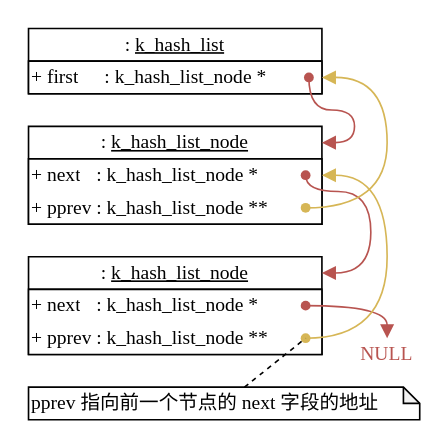
Before: page "k_hash_list" (4 of 10) of docs/drawio/k_game.drawio in szdxdxdx/k_game, a draw.io diagram. Source tidied: cells renumbered, new cells numbered last; positions are measured from the earlier drawing's top-left corner, leaving out a move shared by most shapes. Both pictures are drawn from the tidied source at 163%, with x=0, y=0 at pixel (28, 28).
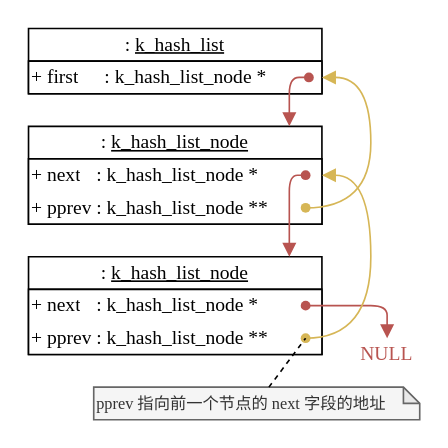
The same diagram, later.

The change refers to these unchanged cells:
```xml
<mxCell id="4" style="shape=tableRow;horizontal=0;startSize=0;swimlaneHead=0;swimlaneBody=0;top=0;left=0;bottom=0;right=0;fillColor=none;points=[[0,0.5],[1,0.5]];portConstraint=eastwest;fontSize=16;strokeColor=inherit;fontFamily=Times New Roman;" parent="3" vertex="1">
  <mxGeometry width="180" height="20" as="geometry" />
</mxCell>
<mxCell id="8" style="shape=waypoint;sketch=0;fillStyle=solid;size=6;points=[];fillColor=#f8cecc;perimeter=centerPerimeter;snapToPoint=1;strokeColor=#b85450;fontFamily=Times New Roman;" parent="7" vertex="1">
  <mxGeometry x="2" width="20" height="20" as="geometry" />
</mxCell>
<mxCell id="9" value="&lt;font&gt;: &lt;u&gt;k_hash_list_node&lt;/u&gt;&lt;/font&gt;" style="swimlane;fontStyle=0;horizontal=1;startSize=20;fillColor=#FFFFFF;whiteSpace=wrap;html=1;labelBackgroundColor=default;fontFamily=Times New Roman;" parent="1" vertex="1">
  <mxGeometry y="60" width="180" height="60" as="geometry" />
</mxCell>
<mxCell id="11" style="shape=tableRow;horizontal=0;startSize=0;swimlaneHead=0;swimlaneBody=0;top=0;left=0;bottom=0;right=0;fillColor=none;points=[[0,0.5],[1,0.5]];portConstraint=eastwest;fontSize=16;strokeColor=inherit;fontFamily=Times New Roman;" parent="10" vertex="1">
  <mxGeometry width="180" height="20" as="geometry" />
</mxCell>
<mxCell id="15" style="shape=waypoint;sketch=0;fillStyle=solid;size=6;points=[];fillColor=#f8cecc;perimeter=centerPerimeter;snapToPoint=1;strokeColor=#b85450;fontFamily=Times New Roman;" parent="14" vertex="1">
  <mxGeometry width="20" height="20" as="geometry" />
</mxCell>
<mxCell id="20" style="shape=waypoint;sketch=0;fillStyle=solid;size=6;points=[];fillColor=#fff2cc;perimeter=centerPerimeter;snapToPoint=1;strokeColor=#d6b656;fontFamily=Times New Roman;" parent="19" vertex="1">
  <mxGeometry width="20" height="20" as="geometry" />
</mxCell>
<mxCell id="21" value="&lt;font&gt;: &lt;u&gt;k_hash_list_node&lt;/u&gt;&lt;/font&gt;" style="swimlane;fontStyle=0;horizontal=1;startSize=20;fillColor=#FFFFFF;whiteSpace=wrap;html=1;labelBackgroundColor=default;fontFamily=Times New Roman;" parent="1" vertex="1">
  <mxGeometry y="140" width="180" height="60" as="geometry" />
</mxCell>
<mxCell id="27" style="shape=waypoint;sketch=0;fillStyle=solid;size=6;points=[];fillColor=#f8cecc;perimeter=centerPerimeter;snapToPoint=1;strokeColor=#b85450;fontFamily=Times New Roman;" parent="26" vertex="1">
  <mxGeometry width="20" height="20" as="geometry" />
</mxCell>
<mxCell id="32" style="shape=waypoint;sketch=0;fillStyle=solid;size=6;points=[];fillColor=#fff2cc;perimeter=centerPerimeter;snapToPoint=1;strokeColor=#d6b656;fontFamily=Times New Roman;" parent="31" vertex="1">
  <mxGeometry width="20" height="20" as="geometry" />
</mxCell>
<mxCell id="36" value="NULL" style="text;html=1;strokeColor=none;fillColor=none;align=center;verticalAlign=middle;whiteSpace=wrap;rounded=0;fontFamily=Times New Roman;fontColor=#b85450;" parent="1" vertex="1">
  <mxGeometry x="200" y="190" width="40" height="20" as="geometry" />
</mxCell>
```

What changed in the source:
```diff
@@
-    <mxCell id="33" style="endArrow=block;html=1;rounded=0;curved=1;endFill=1;edgeStyle=orthogonalEdgeStyle;fillColor=#f8cecc;strokeColor=#b85450;fontFamily=Times New Roman;" parent="1" edge="1" source="8" target="9">
+    <mxCell id="33" style="endArrow=block;html=1;rounded=1;endFill=1;edgeStyle=orthogonalEdgeStyle;fillColor=#f8cecc;strokeColor=#b85450;fontFamily=Times New Roman;" parent="1" edge="1" source="8" target="9">
       <mxGeometry relative="1" as="geometry">
         <Array as="points">
-          <mxPoint x="172" y="50" />
-          <mxPoint x="200" y="50" />
-          <mxPoint x="200" y="70" />
+          <mxPoint x="160" y="30" />
         </Array>
       </mxGeometry>
     </mxCell>
-    <mxCell id="34" style="endArrow=block;html=1;rounded=0;curved=1;endFill=1;edgeStyle=orthogonalEdgeStyle;fillColor=#f8cecc;strokeColor=#b85450;fontFamily=Times New Roman;" parent="1" edge="1" source="15" target="21">
+    <mxCell id="34" style="endArrow=block;html=1;rounded=1;endFill=1;edgeStyle=orthogonalEdgeStyle;fillColor=#f8cecc;strokeColor=#b85450;fontFamily=Times New Roman;" parent="1" edge="1" source="15" target="21">
       <mxGeometry relative="1" as="geometry">
         <Array as="points">
-          <mxPoint x="170" y="100" />
-          <mxPoint x="210" y="100" />
-          <mxPoint x="210" y="150" />
+          <mxPoint x="160" y="90" />
         </Array>
       </mxGeometry>
     </mxCell>
-    <mxCell id="35" style="endArrow=block;html=1;rounded=0;endFill=1;fillColor=#f8cecc;strokeColor=#b85450;fontFamily=Times New Roman;edgeStyle=orthogonalEdgeStyle;curved=1;" parent="1" edge="1" source="27" target="36">
+    <mxCell id="35" style="endArrow=block;html=1;rounded=1;endFill=1;fillColor=#f8cecc;strokeColor=#b85450;fontFamily=Times New Roman;edgeStyle=orthogonalEdgeStyle;" parent="1" edge="1" source="27" target="36">
       <mxGeometry relative="1" as="geometry" />
     </mxCell>
@@
-    <mxCell id="37" style="endArrow=block;html=1;rounded=0;curved=1;endFill=1;edgeStyle=orthogonalEdgeStyle;fillColor=#fff2cc;strokeColor=#d6b656;fontFamily=Times New Roman;exitX=0.793;exitY=0.386;exitDx=0;exitDy=0;exitPerimeter=0;" parent="1" edge="1" source="32" target="11">
+    <mxCell id="37" style="endArrow=block;html=1;endFill=1;edgeStyle=orthogonalEdgeStyle;fillColor=#fff2cc;strokeColor=#d6b656;fontFamily=Times New Roman;rounded=1;curved=1;" parent="1" edge="1" source="32" target="11">
       <mxGeometry relative="1" as="geometry">
         <Array as="points">
-          <mxPoint x="220" y="190" />
-          <mxPoint x="220" y="90" />
+          <mxPoint x="210" y="190" />
+          <mxPoint x="210" y="90" />
         </Array>
       </mxGeometry>
     </mxCell>
-    <mxCell id="38" style="endArrow=block;html=1;rounded=0;curved=1;endFill=1;edgeStyle=orthogonalEdgeStyle;fillColor=#fff2cc;strokeColor=#d6b656;fontFamily=Times New Roman;exitX=0.665;exitY=0.587;exitDx=0;exitDy=0;exitPerimeter=0;" parent="1" edge="1" source="20" target="4">
+    <mxCell id="38" style="endArrow=block;html=1;endFill=1;edgeStyle=orthogonalEdgeStyle;fillColor=#fff2cc;strokeColor=#d6b656;fontFamily=Times New Roman;rounded=1;curved=1;" parent="1" edge="1" source="20" target="4">
       <mxGeometry relative="1" as="geometry">
         <Array as="points">
-          <mxPoint x="220" y="110" />
-          <mxPoint x="220" y="30" />
+          <mxPoint x="210" y="110" />
+          <mxPoint x="210" y="30" />
         </Array>
       </mxGeometry>
     </mxCell>
-    <mxCell id="39" value="pprev 指向前一个节点的 next 字段的地址" style="shape=note;whiteSpace=wrap;html=1;backgroundOutline=1;darkOpacity=0.05;size=10;fontFamily=Times New Roman;align=left;" parent="1" vertex="1">
-      <mxGeometry y="220" width="240" height="20" as="geometry" />
+    <mxCell id="39" value="&lt;font style=&quot;font-size: 10px;&quot;&gt;pprev 指向前一个节点的 next 字段的地址&lt;/font&gt;" style="shape=note;whiteSpace=wrap;html=1;backgroundOutline=1;darkOpacity=0.05;size=10;fontFamily=Times New Roman;align=left;fillColor=#f5f5f5;fontColor=#333333;strokeColor=#666666;" parent="1" vertex="1">
+      <mxGeometry x="40" y="220" width="200" height="20" as="geometry" />
     </mxCell>
```
